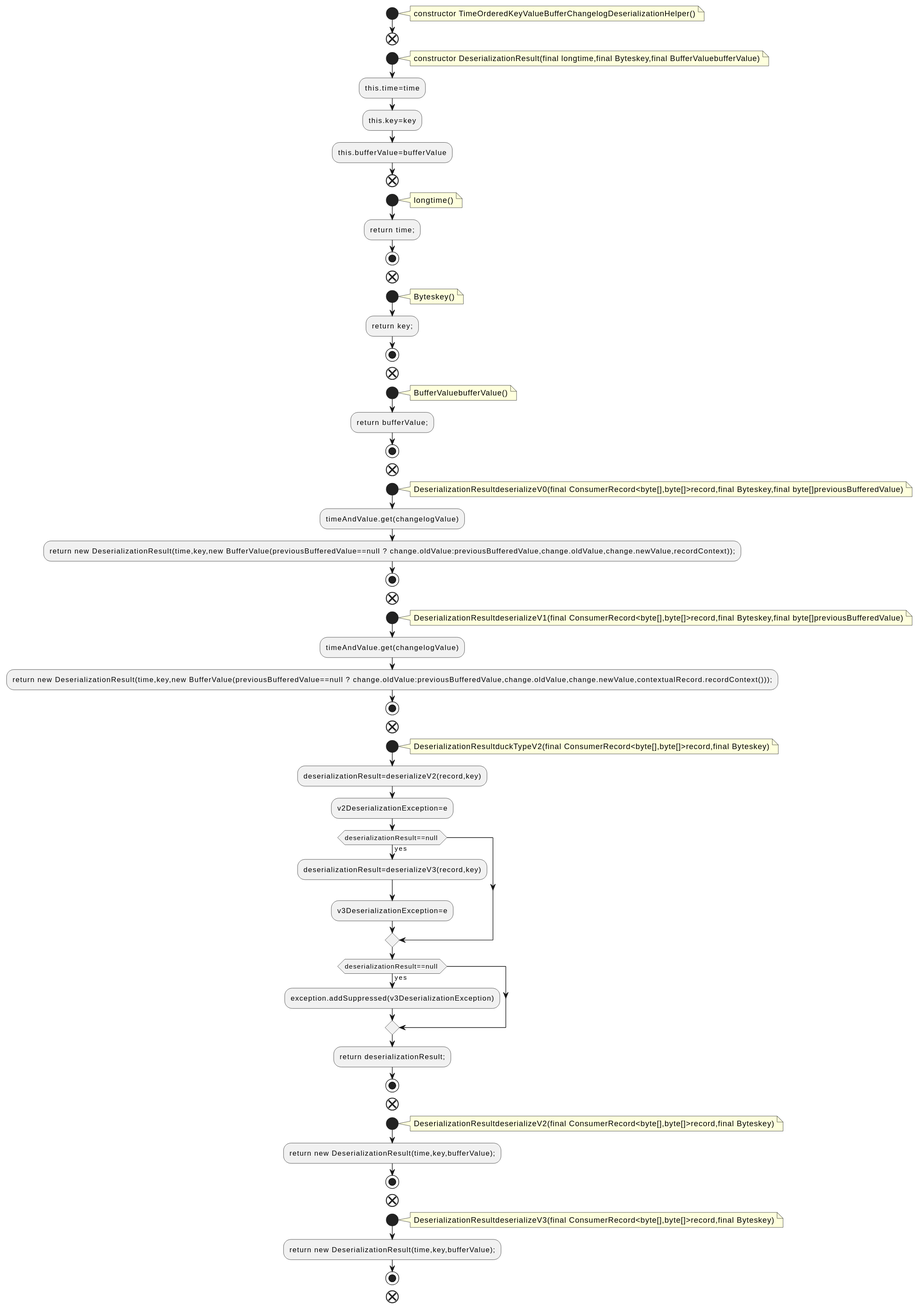
Above: docs/qc/streams/src/main/java/org/apache/kafka/streams/state/internals/TimeOrderedKeyValueBufferChangelogDeserializationHelper.java.fct.svg in qualitesys/kafka (PlantUML), before the change. Source of this version:
```plantuml
@startuml
!pragma layout smetana
start
note right
constructor TimeOrderedKeyValueBufferChangelogDeserializationHelper()
end note
end
start
note right
constructor DeserializationResult(final longtime,final Byteskey,final BufferValuebufferValue)
end note
:this.time=time;
:this.key=key;
:this.bufferValue=bufferValue;
end
start
note right
longtime()
end note
:return time;;
stop
end
start
note right
Byteskey()
end note
:return key;;
stop
end
start
note right
BufferValuebufferValue()
end note
:return bufferValue;;
stop
end
start
note right
DeserializationResultdeserializeV0(final ConsumerRecord<byte[],byte[]>record,final Byteskey,final byte[]previousBufferedValue)
end note
:timeAndValue.get(changelogValue);
:return new DeserializationResult(time,key,new BufferValue(previousBufferedValue==null ? change.oldValue:previousBufferedValue,change.oldValue,change.newValue,recordContext));;
stop
end
start
note right
DeserializationResultdeserializeV1(final ConsumerRecord<byte[],byte[]>record,final Byteskey,final byte[]previousBufferedValue)
end note
:timeAndValue.get(changelogValue);
:return new DeserializationResult(time,key,new BufferValue(previousBufferedValue==null ? change.oldValue:previousBufferedValue,change.oldValue,change.newValue,contextualRecord.recordContext()));;
stop
end
start
note right
DeserializationResultduckTypeV2(final ConsumerRecord<byte[],byte[]>record,final Byteskey)
end note
:deserializationResult=deserializeV2(record,key);
:v2DeserializationException=e;
if (deserializationResult==null ) then (yes)
:deserializationResult=deserializeV3(record,key);
:v3DeserializationException=e;
endif
if (deserializationResult==null ) then (yes)
:exception.addSuppressed(v3DeserializationException);
endif
:return deserializationResult;;
stop
end
start
note right
DeserializationResultdeserializeV2(final ConsumerRecord<byte[],byte[]>record,final Byteskey)
end note
:return new DeserializationResult(time,key,bufferValue);;
stop
end
start
note right
DeserializationResultdeserializeV3(final ConsumerRecord<byte[],byte[]>record,final Byteskey)
end note
:return new DeserializationResult(time,key,bufferValue);;
stop
end
@enduml
```
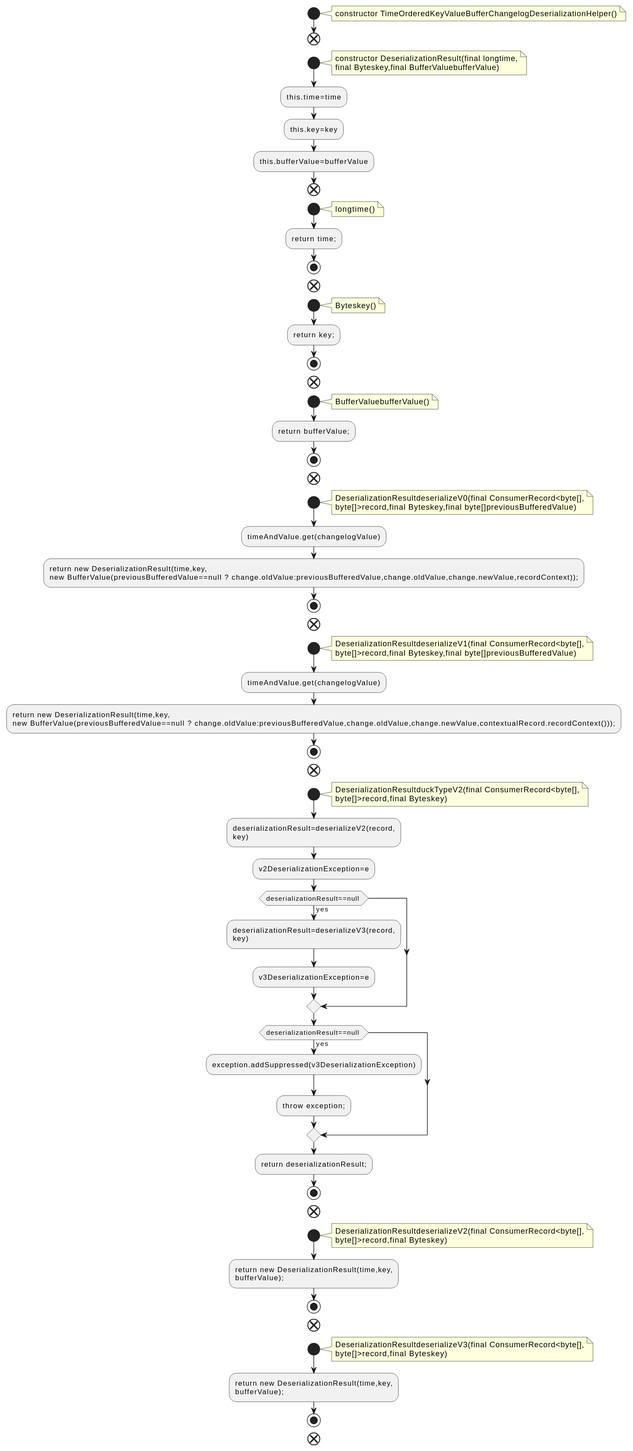
After the change.

Diff of the diagram source:
```diff
@@ -7,7 +7,8 @@
 end
 start
 note right
-constructor DeserializationResult(final longtime,final Byteskey,final BufferValuebufferValue)
+constructor DeserializationResult(final longtime,
+final Byteskey,final BufferValuebufferValue)
 end note
 :this.time=time;
 :this.key=key;
@@ -36,48 +37,60 @@
 end
 start
 note right
-DeserializationResultdeserializeV0(final ConsumerRecord<byte[],byte[]>record,final Byteskey,final byte[]previousBufferedValue)
+DeserializationResultdeserializeV0(final ConsumerRecord<byte[],
+byte[]>record,final Byteskey,final byte[]previousBufferedValue)
 end note
 :timeAndValue.get(changelogValue);
-:return new DeserializationResult(time,key,new BufferValue(previousBufferedValue==null ? change.oldValue:previousBufferedValue,change.oldValue,change.newValue,recordContext));;
+:return new DeserializationResult(time,key,
+new BufferValue(previousBufferedValue==null ? change.oldValue:previousBufferedValue,change.oldValue,change.newValue,recordContext));;
 stop
 end
 start
 note right
-DeserializationResultdeserializeV1(final ConsumerRecord<byte[],byte[]>record,final Byteskey,final byte[]previousBufferedValue)
+DeserializationResultdeserializeV1(final ConsumerRecord<byte[],
+byte[]>record,final Byteskey,final byte[]previousBufferedValue)
 end note
 :timeAndValue.get(changelogValue);
-:return new DeserializationResult(time,key,new BufferValue(previousBufferedValue==null ? change.oldValue:previousBufferedValue,change.oldValue,change.newValue,contextualRecord.recordContext()));;
+:return new DeserializationResult(time,key,
+new BufferValue(previousBufferedValue==null ? change.oldValue:previousBufferedValue,change.oldValue,change.newValue,contextualRecord.recordContext()));;
 stop
 end
 start
 note right
-DeserializationResultduckTypeV2(final ConsumerRecord<byte[],byte[]>record,final Byteskey)
+DeserializationResultduckTypeV2(final ConsumerRecord<byte[],
+byte[]>record,final Byteskey)
 end note
-:deserializationResult=deserializeV2(record,key);
+:deserializationResult=deserializeV2(record,
+key);
 :v2DeserializationException=e;
 if (deserializationResult==null ) then (yes)
-:deserializationResult=deserializeV3(record,key);
+:deserializationResult=deserializeV3(record,
+key);
 :v3DeserializationException=e;
 endif
 if (deserializationResult==null ) then (yes)
 :exception.addSuppressed(v3DeserializationException);
+:throw exception;;
 endif
 :return deserializationResult;;
 stop
 end
 start
 note right
-DeserializationResultdeserializeV2(final ConsumerRecord<byte[],byte[]>record,final Byteskey)
+DeserializationResultdeserializeV2(final ConsumerRecord<byte[],
+byte[]>record,final Byteskey)
 end note
-:return new DeserializationResult(time,key,bufferValue);;
+:return new DeserializationResult(time,key,
+bufferValue);;
 stop
 end
 start
 note right
-DeserializationResultdeserializeV3(final ConsumerRecord<byte[],byte[]>record,final Byteskey)
+DeserializationResultdeserializeV3(final ConsumerRecord<byte[],
+byte[]>record,final Byteskey)
 end note
-:return new DeserializationResult(time,key,bufferValue);;
+:return new DeserializationResult(time,key,
+bufferValue);;
 stop
 end
 @enduml
```
